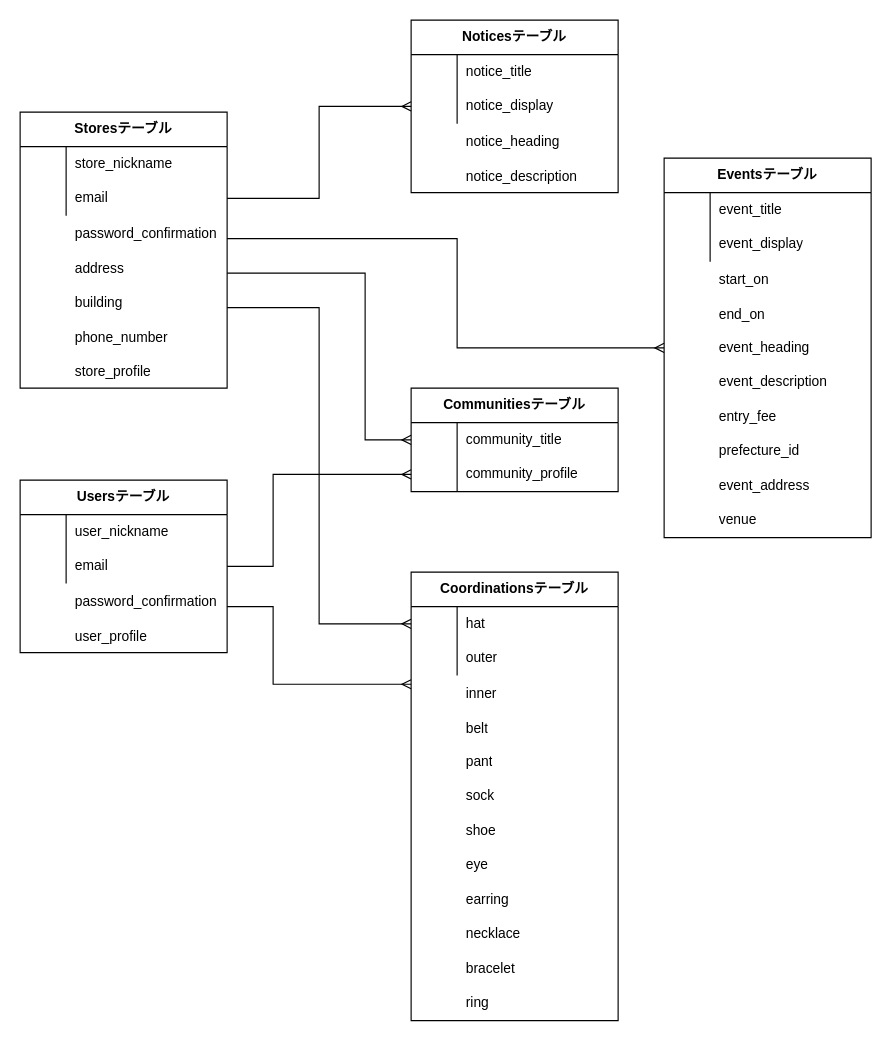
Above: furugispace.dio in yuto730/furugispace (draw.io), before the change. Source tidied: cells renumbered, new cells numbered last; positions are measured from the earlier drawing's top-left corner, leaving out a move shared by most shapes. Both pictures are drawn from the tidied source at 115%, with x=0, y=0 at pixel (20, 20).
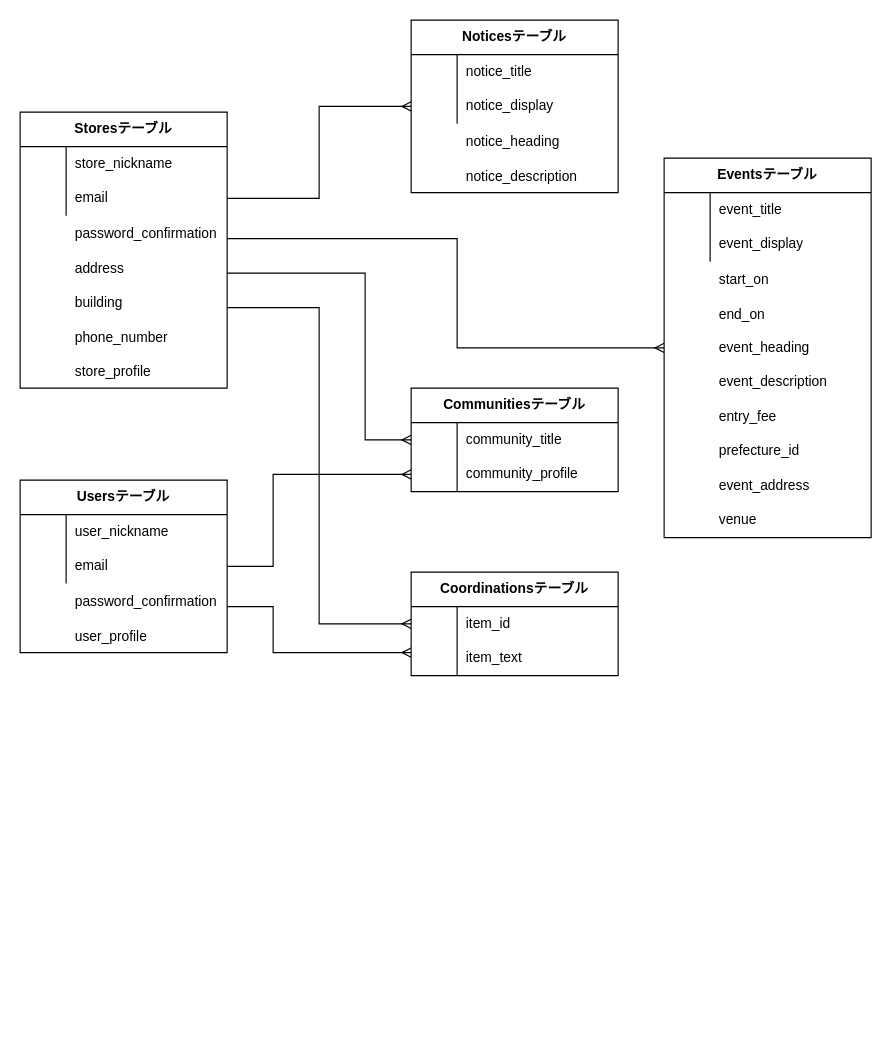
The same page after the edit.

Unchanged cells that the change refers to:
```xml
<mxCell id="48" style="shape=partialRectangle;html=1;whiteSpace=wrap;fillColor=none;top=0;left=0;bottom=0;right=0;points=[[0,0.5],[1,0.5]];portConstraint=eastwest;" parent="47" vertex="1">
  <mxGeometry y="30" width="180" height="30" as="geometry" />
</mxCell>
<mxCell id="51" style="shape=partialRectangle;html=1;whiteSpace=wrap;fillColor=none;top=0;left=0;bottom=0;right=0;" parent="47" vertex="1">
  <mxGeometry y="60" width="180" height="30" as="geometry" />
</mxCell>
```

Change to the diagram source:
```diff
@@
     <mxCell id="47" value="Coordinationsテーブル" style="shape=table;html=1;whiteSpace=wrap;startSize=30;childLayout=tableLayout;rowLines=0;fontStyle=1;align=center;" parent="1" vertex="1">
-      <mxGeometry x="340" y="480" width="180" height="390" as="geometry" />
+      <mxGeometry x="340" y="480" width="180" height="90" as="geometry" />
     </mxCell>
@@
-    <mxCell id="50" value="hat" style="shape=partialRectangle;html=1;whiteSpace=wrap;fillColor=none;top=0;left=0;bottom=0;right=0;align=left;spacingLeft=6;overflow=hidden;" parent="48" vertex="1">
+    <mxCell id="50" value="item_id" style="shape=partialRectangle;html=1;whiteSpace=wrap;fillColor=none;top=0;left=0;bottom=0;right=0;align=left;spacingLeft=6;overflow=hidden;" parent="48" vertex="1">
       <mxGeometry x="40" width="140" height="30" as="geometry" />
     </mxCell>
@@
-    <mxCell id="53" value="outer" style="shape=partialRectangle;html=1;whiteSpace=wrap;fillColor=none;top=0;left=0;bottom=0;right=0;align=left;spacingLeft=6;overflow=hidden;" parent="51" vertex="1">
+    <mxCell id="53" value="item_text" style="shape=partialRectangle;html=1;whiteSpace=wrap;fillColor=none;top=0;left=0;bottom=0;right=0;align=left;spacingLeft=6;overflow=hidden;" parent="51" vertex="1">
       <mxGeometry x="40" width="140" height="30" as="geometry" />
     </mxCell>
-    <mxCell id="54" value="inner" style="shape=partialRectangle;html=1;whiteSpace=wrap;fillColor=none;top=0;left=0;bottom=0;right=0;align=left;spacingLeft=6;overflow=hidden;" parent="1" vertex="1">
-      <mxGeometry x="380" y="571" width="140" height="30" as="geometry" />
-    </mxCell>
-    <mxCell id="55" value="belt" style="shape=partialRectangle;html=1;whiteSpace=wrap;fillColor=none;top=0;left=0;bottom=0;right=0;align=left;spacingLeft=6;overflow=hidden;" parent="1" vertex="1">
-      <mxGeometry x="380" y="601" width="140" height="30" as="geometry" />
-    </mxCell>
-    <mxCell id="56" value="pant" style="shape=partialRectangle;html=1;whiteSpace=wrap;fillColor=none;top=0;left=0;bottom=0;right=0;align=left;spacingLeft=6;overflow=hidden;" parent="1" vertex="1">
-      <mxGeometry x="380" y="630" width="140" height="30" as="geometry" />
-    </mxCell>
-    <mxCell id="57" value="sock" style="shape=partialRectangle;html=1;whiteSpace=wrap;fillColor=none;top=0;left=0;bottom=0;right=0;align=left;spacingLeft=6;overflow=hidden;" parent="1" vertex="1">
-      <mxGeometry x="380" y="660" width="140" height="30" as="geometry" />
-    </mxCell>
-    <mxCell id="58" value="shoe" style="shape=partialRectangle;html=1;whiteSpace=wrap;fillColor=none;top=0;left=0;bottom=0;right=0;align=left;spacingLeft=6;overflow=hidden;" parent="1" vertex="1">
-      <mxGeometry x="380" y="690" width="140" height="30" as="geometry" />
-    </mxCell>
-    <mxCell id="59" value="eye" style="shape=partialRectangle;html=1;whiteSpace=wrap;fillColor=none;top=0;left=0;bottom=0;right=0;align=left;spacingLeft=6;overflow=hidden;" parent="1" vertex="1">
-      <mxGeometry x="380" y="720" width="140" height="30" as="geometry" />
-    </mxCell>
-    <mxCell id="60" value="earring" style="shape=partialRectangle;html=1;whiteSpace=wrap;fillColor=none;top=0;left=0;bottom=0;right=0;align=left;spacingLeft=6;overflow=hidden;" parent="1" vertex="1">
-      <mxGeometry x="380" y="750" width="140" height="30" as="geometry" />
-    </mxCell>
-    <mxCell id="61" value="necklace" style="shape=partialRectangle;html=1;whiteSpace=wrap;fillColor=none;top=0;left=0;bottom=0;right=0;align=left;spacingLeft=6;overflow=hidden;" parent="1" vertex="1">
-      <mxGeometry x="380" y="780" width="140" height="30" as="geometry" />
-    </mxCell>
-    <mxCell id="62" value="bracelet" style="shape=partialRectangle;html=1;whiteSpace=wrap;fillColor=none;top=0;left=0;bottom=0;right=0;align=left;spacingLeft=6;overflow=hidden;" parent="1" vertex="1">
-      <mxGeometry x="380" y="810" width="140" height="30" as="geometry" />
-    </mxCell>
-    <mxCell id="63" value="ring" style="shape=partialRectangle;html=1;whiteSpace=wrap;fillColor=none;top=0;left=0;bottom=0;right=0;align=left;spacingLeft=6;overflow=hidden;" parent="1" vertex="1">
-      <mxGeometry x="380" y="840" width="140" height="30" as="geometry" />
-    </mxCell>
@@
-    <mxCell id="76" style="edgeStyle=orthogonalEdgeStyle;rounded=0;jettySize=auto;html=1;endArrow=ERmany;endFill=0;startArrow=none;startFill=0;entryX=0;entryY=0.25;entryDx=0;entryDy=0;" parent="1" edge="1" target="47">
+    <mxCell id="76" style="edgeStyle=orthogonalEdgeStyle;rounded=0;orthogonalLoop=1;jettySize=auto;html=1;endArrow=ERmany;endFill=0;startArrow=none;startFill=0;" parent="1" edge="1">
       <mxGeometry relative="1" as="geometry">
         <mxPoint x="180" y="510" as="sourcePoint" />
+        <mxPoint x="340" y="550" as="targetPoint" />
         <Array as="points">
           <mxPoint x="220" y="510" />
-          <mxPoint x="220" y="578" />
+          <mxPoint x="220" y="550" />
         </Array>
       </mxGeometry>
     </mxCell>
```
